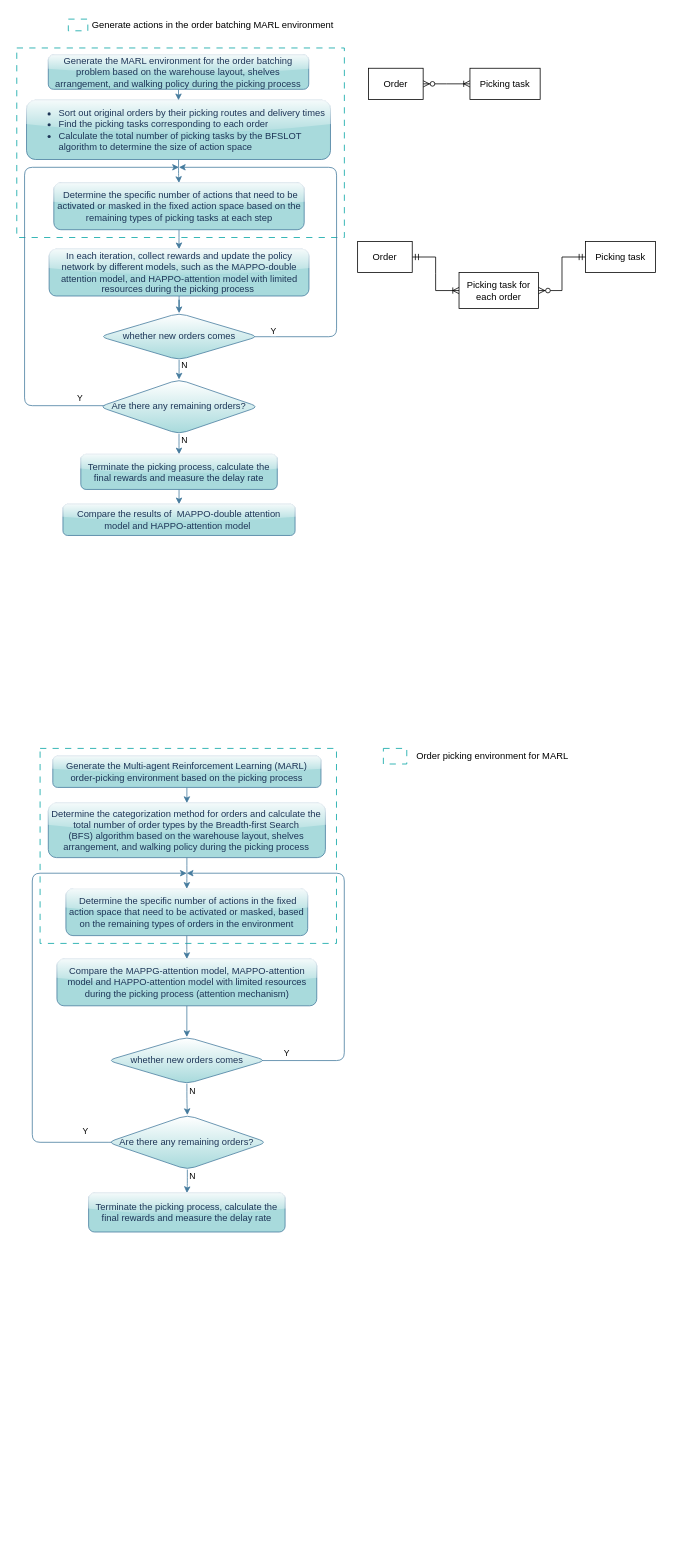
This is 未命名绘图.drawio from xfl11/xfliu, a draw.io file, before an edit. Source tidied: cells renumbered, new cells numbered last; positions are measured from the earlier drawing's top-left corner, leaving out a move shared by most shapes. Both pictures are drawn from the tidied source at 78%, with x=0, y=0 at pixel (16, 12).
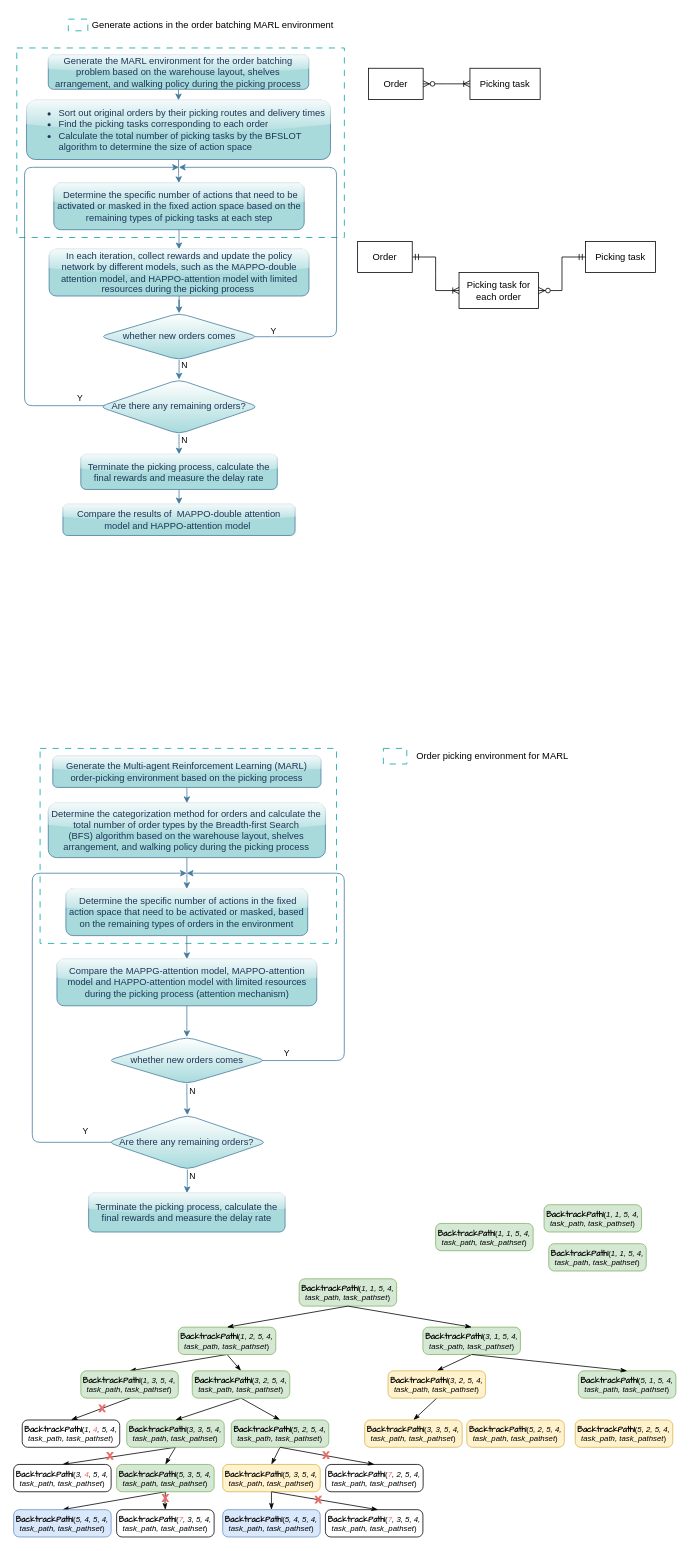
After the change.

Commit message:
更新未命名绘图.drawio

The edit, as a diff of the source:
```diff
@@
+    <mxCell id="57" value="&lt;font style=&quot;font-size: 10px;&quot; face=&quot;Comic Sans MS&quot;&gt;&lt;b style=&quot;font-size: 10px;&quot;&gt;BacktrackPath1&lt;/b&gt;&lt;/font&gt;(&lt;i style=&quot;font-size: 10px;&quot;&gt;1, 1, 5, 4, task_path, task_pathset&lt;/i&gt;)" style="rounded=1;whiteSpace=wrap;html=1;absoluteArcSize=1;arcSize=14;strokeWidth=1;fillColor=#d5e8d4;strokeColor=#82b366;fontSize=10;" parent="1" vertex="1">
+      <mxGeometry x="362" y="1623" width="125" height="35" as="geometry" />
+    </mxCell>
+    <mxCell id="58" style="edgeStyle=none;rounded=0;jettySize=auto;html=1;exitX=0.5;exitY=1;exitDx=0;exitDy=0;entryX=0.5;entryY=0;entryDx=0;entryDy=0;strokeColor=default;align=center;verticalAlign=middle;fontFamily=Helvetica;fontSize=11;fontColor=default;labelBackgroundColor=default;endArrow=classicThin;endFill=1;" parent="1" edge="1" source="60" target="64">
+      <mxGeometry relative="1" as="geometry" />
+    </mxCell>
+    <mxCell id="59" style="edgeStyle=none;rounded=0;jettySize=auto;html=1;exitX=0.5;exitY=1;exitDx=0;exitDy=0;entryX=0.5;entryY=0;entryDx=0;entryDy=0;strokeColor=default;align=center;verticalAlign=middle;fontFamily=Helvetica;fontSize=11;fontColor=default;labelBackgroundColor=default;endArrow=classicThin;endFill=1;" parent="1" edge="1" source="60" target="71">
+      <mxGeometry relative="1" as="geometry" />
+    </mxCell>
+    <mxCell id="60" value="&lt;font style=&quot;font-size: 10px;&quot; face=&quot;Comic Sans MS&quot;&gt;&lt;b style=&quot;font-size: 10px;&quot;&gt;BacktrackPath1&lt;/b&gt;&lt;/font&gt;(&lt;i style=&quot;font-size: 10px;&quot;&gt;1, 2, 5, 4, task_path, task_pathset&lt;/i&gt;)" style="rounded=1;whiteSpace=wrap;html=1;absoluteArcSize=1;arcSize=14;strokeWidth=1;fillColor=#d5e8d4;strokeColor=#82b366;fontSize=10;" parent="1" vertex="1">
+      <mxGeometry x="207.1" y="1685" width="125" height="35" as="geometry" />
+    </mxCell>
+    <mxCell id="61" style="edgeStyle=none;rounded=0;jettySize=auto;html=1;exitX=0.5;exitY=1;exitDx=0;exitDy=0;entryX=0.5;entryY=0;entryDx=0;entryDy=0;strokeColor=default;align=center;verticalAlign=middle;fontFamily=Helvetica;fontSize=11;fontColor=default;labelBackgroundColor=default;endArrow=classicThin;endFill=1;" parent="1" edge="1" source="62" target="99">
+      <mxGeometry relative="1" as="geometry" />
+    </mxCell>
+    <mxCell id="62" value="&lt;font style=&quot;font-size: 10px;&quot; face=&quot;Comic Sans MS&quot;&gt;&lt;b style=&quot;font-size: 10px;&quot;&gt;BacktrackPath1&lt;/b&gt;&lt;/font&gt;(&lt;i style=&quot;font-size: 10px;&quot;&gt;3, 1, 5, 4, task_path, task_pathset&lt;/i&gt;)" style="rounded=1;whiteSpace=wrap;html=1;absoluteArcSize=1;arcSize=14;strokeWidth=1;fillColor=#d5e8d4;strokeColor=#82b366;fontSize=10;" parent="1" vertex="1">
+      <mxGeometry x="520.7" y="1685" width="125" height="35" as="geometry" />
+    </mxCell>
+    <mxCell id="63" value="&lt;font style=&quot;font-size: 10px;&quot; face=&quot;Comic Sans MS&quot;&gt;&lt;b style=&quot;font-size: 10px;&quot;&gt;BacktrackPath1&lt;/b&gt;&lt;/font&gt;(&lt;i style=&quot;font-size: 10px;&quot;&gt;1, 1, 5, 4, task_path, task_pathset&lt;/i&gt;)" style="rounded=1;whiteSpace=wrap;html=1;absoluteArcSize=1;arcSize=14;strokeWidth=1;fillColor=#d5e8d4;strokeColor=#82b366;fontSize=10;" parent="1" vertex="1">
+      <mxGeometry x="537" y="1552" width="125" height="35" as="geometry" />
+    </mxCell>
+    <mxCell id="64" value="&lt;font style=&quot;font-size: 10px;&quot; face=&quot;Comic Sans MS&quot;&gt;&lt;b style=&quot;font-size: 10px;&quot;&gt;BacktrackPath1&lt;/b&gt;&lt;/font&gt;(&lt;i style=&quot;font-size: 10px;&quot;&gt;1, 3, 5, 4, task_path, task_pathset&lt;/i&gt;)" style="rounded=1;whiteSpace=wrap;html=1;absoluteArcSize=1;arcSize=14;strokeWidth=1;fillColor=#d5e8d4;strokeColor=#82b366;fontSize=10;" parent="1" vertex="1">
+      <mxGeometry x="82.1" y="1741" width="125" height="35" as="geometry" />
+    </mxCell>
+    <mxCell id="65" value="&lt;font style=&quot;font-size: 10px;&quot; face=&quot;Comic Sans MS&quot;&gt;&lt;b style=&quot;font-size: 10px;&quot;&gt;BacktrackPath1&lt;/b&gt;&lt;/font&gt;(&lt;i style=&quot;font-size: 10px;&quot;&gt;1, &lt;font color=&quot;#ea6b66&quot;&gt;4&lt;/font&gt;, 5, 4, task_path, task_pathset&lt;/i&gt;)" style="rounded=1;whiteSpace=wrap;html=1;absoluteArcSize=1;arcSize=14;strokeWidth=1;fontSize=10;" parent="1" vertex="1">
+      <mxGeometry x="7" y="1804" width="125" height="35" as="geometry" />
+    </mxCell>
+    <mxCell id="66" style="edgeStyle=none;rounded=0;jettySize=auto;html=1;entryX=0.5;entryY=0;entryDx=0;entryDy=0;strokeColor=default;align=center;verticalAlign=middle;fontFamily=Helvetica;fontSize=11;fontColor=default;labelBackgroundColor=default;endArrow=classicThin;endFill=1;exitX=0.5;exitY=1;exitDx=0;exitDy=0;" parent="1" edge="1" source="68" target="81">
+      <mxGeometry relative="1" as="geometry" />
+    </mxCell>
+    <mxCell id="67" style="edgeStyle=none;rounded=0;jettySize=auto;html=1;exitX=0.5;exitY=1;exitDx=0;exitDy=0;entryX=0.5;entryY=0;entryDx=0;entryDy=0;strokeColor=default;align=center;verticalAlign=middle;fontFamily=Helvetica;fontSize=11;fontColor=default;labelBackgroundColor=default;endArrow=classicThin;endFill=1;" parent="1" edge="1" source="68" target="84">
+      <mxGeometry relative="1" as="geometry" />
+    </mxCell>
+    <mxCell id="68" value="&lt;font style=&quot;font-size: 10px;&quot; face=&quot;Comic Sans MS&quot;&gt;&lt;b style=&quot;font-size: 10px;&quot;&gt;BacktrackPath1&lt;/b&gt;&lt;/font&gt;(&lt;i style=&quot;font-size: 10px;&quot;&gt;3, 3, 5, 4, task_path, task_pathset&lt;/i&gt;)" style="rounded=1;whiteSpace=wrap;html=1;absoluteArcSize=1;arcSize=14;strokeWidth=1;fillColor=#d5e8d4;strokeColor=#82b366;fontSize=10;" parent="1" vertex="1">
+      <mxGeometry x="141" y="1804" width="125" height="35" as="geometry" />
+    </mxCell>
+    <mxCell id="69" style="edgeStyle=none;rounded=0;jettySize=auto;html=1;exitX=0.5;exitY=1;exitDx=0;exitDy=0;entryX=0.5;entryY=0;entryDx=0;entryDy=0;strokeColor=default;align=center;verticalAlign=middle;fontFamily=Helvetica;fontSize=11;fontColor=default;labelBackgroundColor=default;endArrow=classicThin;endFill=1;" parent="1" edge="1" source="71" target="68">
+      <mxGeometry relative="1" as="geometry" />
+    </mxCell>
+    <mxCell id="70" style="edgeStyle=none;rounded=0;jettySize=auto;html=1;exitX=0.5;exitY=1;exitDx=0;exitDy=0;entryX=0.5;entryY=0;entryDx=0;entryDy=0;strokeColor=default;align=center;verticalAlign=middle;fontFamily=Helvetica;fontSize=11;fontColor=default;labelBackgroundColor=default;endArrow=classicThin;endFill=1;" parent="1" edge="1" source="71" target="76">
+      <mxGeometry relative="1" as="geometry" />
+    </mxCell>
+    <mxCell id="71" value="&lt;font style=&quot;font-size: 10px;&quot; face=&quot;Comic Sans MS&quot;&gt;&lt;b style=&quot;font-size: 10px;&quot;&gt;BacktrackPath1&lt;/b&gt;&lt;/font&gt;(&lt;i style=&quot;font-size: 10px;&quot;&gt;3, 2, 5, 4, task_path, task_pathset&lt;/i&gt;)" style="rounded=1;whiteSpace=wrap;html=1;absoluteArcSize=1;arcSize=14;strokeWidth=1;fillColor=#d5e8d4;strokeColor=#82b366;fontSize=10;" parent="1" vertex="1">
+      <mxGeometry x="225" y="1741" width="125" height="35" as="geometry" />
+    </mxCell>
+    <mxCell id="72" value="&lt;font style=&quot;font-size: 10px;&quot; face=&quot;Comic Sans MS&quot;&gt;&lt;b style=&quot;font-size: 10px;&quot;&gt;BacktrackPath1&lt;/b&gt;&lt;/font&gt;(&lt;i style=&quot;font-size: 10px;&quot;&gt;1, 1, 5, 4, task_path, task_pathset&lt;/i&gt;)" style="rounded=1;whiteSpace=wrap;html=1;absoluteArcSize=1;arcSize=14;strokeWidth=1;fillColor=#d5e8d4;strokeColor=#82b366;fontSize=10;" parent="1" vertex="1">
+      <mxGeometry x="676" y="1528" width="125" height="35" as="geometry" />
+    </mxCell>
+    <mxCell id="73" value="&lt;font style=&quot;font-size: 10px;&quot; face=&quot;Comic Sans MS&quot;&gt;&lt;b style=&quot;font-size: 10px;&quot;&gt;BacktrackPath1&lt;/b&gt;&lt;/font&gt;(&lt;i style=&quot;font-size: 10px;&quot;&gt;5, 1, 5, 4, task_path, task_pathset&lt;/i&gt;)" style="rounded=1;whiteSpace=wrap;html=1;absoluteArcSize=1;arcSize=14;strokeWidth=1;fillColor=#d5e8d4;strokeColor=#82b366;fontSize=10;" parent="1" vertex="1">
+      <mxGeometry x="720" y="1741" width="125" height="35" as="geometry" />
+    </mxCell>
+    <mxCell id="74" value="&lt;font style=&quot;font-size: 10px;&quot; face=&quot;Comic Sans MS&quot;&gt;&lt;b style=&quot;font-size: 10px;&quot;&gt;BacktrackPath1&lt;/b&gt;&lt;/font&gt;(&lt;i style=&quot;font-size: 10px;&quot;&gt;1, 1, 5, 4, task_path, task_pathset&lt;/i&gt;)" style="rounded=1;whiteSpace=wrap;html=1;absoluteArcSize=1;arcSize=14;strokeWidth=1;fillColor=#d5e8d4;strokeColor=#82b366;fontSize=10;" parent="1" vertex="1">
+      <mxGeometry x="682" y="1578" width="125" height="35" as="geometry" />
+    </mxCell>
+    <mxCell id="75" style="edgeStyle=none;rounded=0;jettySize=auto;html=1;exitX=0.5;exitY=1;exitDx=0;exitDy=0;entryX=0.5;entryY=0;entryDx=0;entryDy=0;strokeColor=default;align=center;verticalAlign=middle;fontFamily=Helvetica;fontSize=11;fontColor=default;labelBackgroundColor=default;endArrow=classicThin;endFill=1;" parent="1" edge="1" source="76" target="87">
+      <mxGeometry relative="1" as="geometry" />
+    </mxCell>
+    <mxCell id="76" value="&lt;font style=&quot;font-size: 10px;&quot; face=&quot;Comic Sans MS&quot;&gt;&lt;b style=&quot;font-size: 10px;&quot;&gt;BacktrackPath1&lt;/b&gt;&lt;/font&gt;(&lt;i style=&quot;font-size: 10px;&quot;&gt;5, 2, 5, 4, task_path, task_pathset&lt;/i&gt;)" style="rounded=1;whiteSpace=wrap;html=1;absoluteArcSize=1;arcSize=14;strokeWidth=1;fillColor=#d5e8d4;strokeColor=#82b366;fontSize=10;" parent="1" vertex="1">
+      <mxGeometry x="275" y="1804" width="125" height="35" as="geometry" />
+    </mxCell>
+    <mxCell id="77" style="edgeStyle=none;rounded=0;jettySize=auto;html=1;exitX=0.5;exitY=1;exitDx=0;exitDy=0;strokeColor=default;align=center;verticalAlign=middle;fontFamily=Helvetica;fontSize=11;fontColor=default;labelBackgroundColor=default;endArrow=classicThin;endFill=1;entryX=0.5;entryY=0;entryDx=0;entryDy=0;" parent="1" edge="1" source="57" target="62">
+      <mxGeometry relative="1" as="geometry" />
+    </mxCell>
+    <mxCell id="78" style="rounded=0;jettySize=auto;html=1;exitX=0.5;exitY=1;exitDx=0;exitDy=0;endArrow=classicThin;endFill=1;entryX=0.5;entryY=0;entryDx=0;entryDy=0;" parent="1" edge="1" source="57" target="60">
+      <mxGeometry relative="1" as="geometry" />
+    </mxCell>
+    <mxCell id="79" style="edgeStyle=none;rounded=0;jettySize=auto;html=1;exitX=0.5;exitY=1;exitDx=0;exitDy=0;entryX=0.5;entryY=0;entryDx=0;entryDy=0;strokeColor=default;align=center;verticalAlign=middle;fontFamily=Helvetica;fontSize=11;fontColor=default;labelBackgroundColor=default;endArrow=classicThin;endFill=1;" parent="1" edge="1" source="64" target="65">
+      <mxGeometry relative="1" as="geometry" />
+    </mxCell>
+    <mxCell id="80" style="verticalLabelPosition=bottom;verticalAlign=top;html=1;shape=mxgraph.basic.x;fontFamily=Helvetica;fontSize=11;fontColor=default;labelBackgroundColor=default;strokeColor=none;fillColor=#EA6B66;" parent="1" vertex="1">
+      <mxGeometry x="104.5" y="1784" width="10" height="10" as="geometry" />
+    </mxCell>
+    <mxCell id="81" value="&lt;font style=&quot;font-size: 10px;&quot; face=&quot;Comic Sans MS&quot;&gt;&lt;b style=&quot;font-size: 10px;&quot;&gt;BacktrackPath1&lt;/b&gt;&lt;/font&gt;(&lt;i style=&quot;font-size: 10px;&quot;&gt;3, &lt;font color=&quot;#ea6b66&quot;&gt;4&lt;/font&gt;, 5, 4, task_path, task_pathset&lt;/i&gt;)" style="rounded=1;whiteSpace=wrap;html=1;absoluteArcSize=1;arcSize=14;strokeWidth=1;fontSize=10;" parent="1" vertex="1">
+      <mxGeometry x="-4" y="1861" width="125" height="35" as="geometry" />
+    </mxCell>
+    <mxCell id="82" style="edgeStyle=none;rounded=0;jettySize=auto;html=1;exitX=0.5;exitY=1;exitDx=0;exitDy=0;entryX=0.5;entryY=0;entryDx=0;entryDy=0;strokeColor=default;align=center;verticalAlign=middle;fontFamily=Helvetica;fontSize=11;fontColor=default;labelBackgroundColor=default;endArrow=classicThin;endFill=1;" parent="1" edge="1" source="84" target="88">
+      <mxGeometry relative="1" as="geometry" />
+    </mxCell>
+    <mxCell id="83" style="edgeStyle=none;rounded=0;jettySize=auto;html=1;exitX=0.5;exitY=1;exitDx=0;exitDy=0;entryX=0.5;entryY=0;entryDx=0;entryDy=0;strokeColor=default;align=center;verticalAlign=middle;fontFamily=Helvetica;fontSize=11;fontColor=default;labelBackgroundColor=default;endArrow=classicThin;endFill=1;" parent="1" edge="1" source="84" target="89">
+      <mxGeometry relative="1" as="geometry">
+        <Array as="points">
+          <mxPoint x="190" y="1912" />
+        </Array>
+      </mxGeometry>
+    </mxCell>
+    <mxCell id="84" value="&lt;font style=&quot;font-size: 10px;&quot; face=&quot;Comic Sans MS&quot;&gt;&lt;b style=&quot;font-size: 10px;&quot;&gt;BacktrackPath1&lt;/b&gt;&lt;/font&gt;(&lt;i style=&quot;font-size: 10px;&quot;&gt;5, 3, 5, 4, task_path, task_pathset&lt;/i&gt;)" style="rounded=1;whiteSpace=wrap;html=1;absoluteArcSize=1;arcSize=14;strokeWidth=1;fillColor=#d5e8d4;strokeColor=#82b366;fontSize=10;" parent="1" vertex="1">
+      <mxGeometry x="128" y="1861" width="125" height="35" as="geometry" />
+    </mxCell>
+    <mxCell id="85" style="verticalLabelPosition=bottom;verticalAlign=top;html=1;shape=mxgraph.basic.x;fontFamily=Helvetica;fontSize=11;fontColor=default;labelBackgroundColor=default;strokeColor=none;fillColor=#EA6B66;" parent="1" vertex="1">
+      <mxGeometry x="114.5" y="1845" width="10" height="10" as="geometry" />
+    </mxCell>
+    <mxCell id="86" style="edgeStyle=none;rounded=0;jettySize=auto;html=1;exitX=0.5;exitY=1;exitDx=0;exitDy=0;entryX=0.5;entryY=0;entryDx=0;entryDy=0;strokeColor=default;align=center;verticalAlign=middle;fontFamily=Helvetica;fontSize=11;fontColor=default;labelBackgroundColor=default;endArrow=classicThin;endFill=1;" parent="1" edge="1" source="87" target="90">
+      <mxGeometry relative="1" as="geometry" />
+    </mxCell>
+    <mxCell id="87" value="&lt;font style=&quot;font-size: 10px;&quot; face=&quot;Comic Sans MS&quot;&gt;&lt;b style=&quot;font-size: 10px;&quot;&gt;BacktrackPath1&lt;/b&gt;&lt;/font&gt;(&lt;i style=&quot;font-size: 10px;&quot;&gt;5, 3, 5, 4, task_path, task_pathset&lt;/i&gt;)" style="rounded=1;whiteSpace=wrap;html=1;absoluteArcSize=1;arcSize=14;strokeWidth=1;fillColor=#fff2cc;strokeColor=#d6b656;fontSize=10;" parent="1" vertex="1">
+      <mxGeometry x="264" y="1861" width="125" height="35" as="geometry" />
+    </mxCell>
+    <mxCell id="88" value="&lt;font style=&quot;font-size: 10px;&quot; face=&quot;Comic Sans MS&quot;&gt;&lt;b style=&quot;font-size: 10px;&quot;&gt;BacktrackPath1&lt;/b&gt;&lt;/font&gt;(&lt;i style=&quot;font-size: 10px;&quot;&gt;5, 4, 5, 4, task_path, task_pathset&lt;/i&gt;)" style="rounded=1;whiteSpace=wrap;html=1;absoluteArcSize=1;arcSize=14;strokeWidth=1;fillColor=#dae8fc;strokeColor=#6c8ebf;fontSize=10;" parent="1" vertex="1">
+      <mxGeometry x="-4" y="1919" width="125" height="35" as="geometry" />
+    </mxCell>
+    <mxCell id="89" value="&lt;font style=&quot;font-size: 10px;&quot; face=&quot;Comic Sans MS&quot;&gt;&lt;b style=&quot;font-size: 10px;&quot;&gt;BacktrackPath1&lt;/b&gt;&lt;/font&gt;(&lt;i style=&quot;font-size: 10px;&quot;&gt;&lt;font color=&quot;#ea6b66&quot;&gt;7&lt;/font&gt;, 3, 5, 4, task_path, task_pathset&lt;/i&gt;)" style="rounded=1;whiteSpace=wrap;html=1;absoluteArcSize=1;arcSize=14;strokeWidth=1;fontSize=10;" parent="1" vertex="1">
+      <mxGeometry x="128" y="1919" width="125" height="35" as="geometry" />
+    </mxCell>
+    <mxCell id="90" value="&lt;font style=&quot;font-size: 10px;&quot; face=&quot;Comic Sans MS&quot;&gt;&lt;b style=&quot;font-size: 10px;&quot;&gt;BacktrackPath1&lt;/b&gt;&lt;/font&gt;(&lt;i style=&quot;font-size: 10px;&quot;&gt;5, 4, 5, 4, task_path, task_pathset&lt;/i&gt;)" style="rounded=1;whiteSpace=wrap;html=1;absoluteArcSize=1;arcSize=14;strokeWidth=1;fillColor=#dae8fc;strokeColor=#6c8ebf;fontSize=10;" parent="1" vertex="1">
+      <mxGeometry x="264" y="1919" width="125" height="35" as="geometry" />
+    </mxCell>
+    <mxCell id="91" value="&lt;font style=&quot;font-size: 10px;&quot; face=&quot;Comic Sans MS&quot;&gt;&lt;b style=&quot;font-size: 10px;&quot;&gt;BacktrackPath1&lt;/b&gt;&lt;/font&gt;(&lt;i style=&quot;font-size: 10px;&quot;&gt;&lt;font color=&quot;#ea6b66&quot;&gt;7&lt;/font&gt;, 3, 5, 4, task_path, task_pathset&lt;/i&gt;)" style="rounded=1;whiteSpace=wrap;html=1;absoluteArcSize=1;arcSize=14;strokeWidth=1;fontSize=10;" parent="1" vertex="1">
+      <mxGeometry x="395.7" y="1919" width="125" height="35" as="geometry" />
+    </mxCell>
+    <mxCell id="92" style="edgeStyle=none;rounded=0;jettySize=auto;html=1;exitX=0.5;exitY=1;exitDx=0;exitDy=0;entryX=0.539;entryY=0.001;entryDx=0;entryDy=0;entryPerimeter=0;strokeColor=default;align=center;verticalAlign=middle;fontFamily=Helvetica;fontSize=11;fontColor=default;labelBackgroundColor=default;endArrow=classicThin;endFill=1;" parent="1" edge="1" source="87" target="91">
+      <mxGeometry relative="1" as="geometry" />
+    </mxCell>
+    <mxCell id="93" value="&lt;font style=&quot;font-size: 10px;&quot; face=&quot;Comic Sans MS&quot;&gt;&lt;b style=&quot;font-size: 10px;&quot;&gt;BacktrackPath1&lt;/b&gt;&lt;/font&gt;(&lt;i style=&quot;font-size: 10px;&quot;&gt;&lt;font color=&quot;#ea6b66&quot;&gt;7&lt;/font&gt;, 2, 5, 4, task_path, task_pathset&lt;/i&gt;)" style="rounded=1;whiteSpace=wrap;html=1;absoluteArcSize=1;arcSize=14;strokeWidth=1;fontSize=10;" parent="1" vertex="1">
+      <mxGeometry x="396" y="1861" width="125" height="35" as="geometry" />
+    </mxCell>
+    <mxCell id="94" style="edgeStyle=none;rounded=0;jettySize=auto;html=1;exitX=0.5;exitY=1;exitDx=0;exitDy=0;strokeColor=default;align=center;verticalAlign=middle;fontFamily=Helvetica;fontSize=11;fontColor=default;labelBackgroundColor=default;endArrow=classicThin;endFill=1;entryX=0.5;entryY=0;entryDx=0;entryDy=0;" parent="1" edge="1" source="76" target="93">
+      <mxGeometry relative="1" as="geometry" />
+    </mxCell>
+    <mxCell id="95" style="verticalLabelPosition=bottom;verticalAlign=top;html=1;shape=mxgraph.basic.x;fontFamily=Helvetica;fontSize=11;fontColor=default;labelBackgroundColor=default;strokeColor=none;fillColor=#EA6B66;" parent="1" vertex="1">
+      <mxGeometry x="185.5" y="1899" width="10" height="10" as="geometry" />
+    </mxCell>
+    <mxCell id="96" style="verticalLabelPosition=bottom;verticalAlign=top;html=1;shape=mxgraph.basic.x;fontFamily=Helvetica;fontSize=11;fontColor=default;labelBackgroundColor=default;strokeColor=none;fillColor=#EA6B66;" parent="1" vertex="1">
+      <mxGeometry x="381.5" y="1901" width="10" height="10" as="geometry" />
+    </mxCell>
+    <mxCell id="97" style="verticalLabelPosition=bottom;verticalAlign=top;html=1;shape=mxgraph.basic.x;fontFamily=Helvetica;fontSize=11;fontColor=default;labelBackgroundColor=default;strokeColor=none;fillColor=#EA6B66;" parent="1" vertex="1">
+      <mxGeometry x="391.5" y="1844" width="10" height="10" as="geometry" />
+    </mxCell>
+    <mxCell id="98" style="edgeStyle=none;rounded=0;jettySize=auto;html=1;exitX=0.5;exitY=1;exitDx=0;exitDy=0;entryX=0.5;entryY=0;entryDx=0;entryDy=0;strokeColor=default;align=center;verticalAlign=middle;fontFamily=Helvetica;fontSize=11;fontColor=default;labelBackgroundColor=default;endArrow=classicThin;endFill=1;" parent="1" edge="1" source="99" target="100">
+      <mxGeometry relative="1" as="geometry" />
+    </mxCell>
+    <mxCell id="99" value="&lt;font style=&quot;font-size: 10px;&quot; face=&quot;Comic Sans MS&quot;&gt;&lt;b style=&quot;font-size: 10px;&quot;&gt;BacktrackPath1&lt;/b&gt;&lt;/font&gt;(&lt;i style=&quot;font-size: 10px;&quot;&gt;3, 2, 5, 4, task_path, task_pathset&lt;/i&gt;)" style="rounded=1;whiteSpace=wrap;html=1;absoluteArcSize=1;arcSize=14;strokeWidth=1;fillColor=#fff2cc;strokeColor=#d6b656;fontSize=10;" parent="1" vertex="1">
+      <mxGeometry x="476" y="1741" width="125" height="35" as="geometry" />
+    </mxCell>
+    <mxCell id="100" value="&lt;font style=&quot;font-size: 10px;&quot; face=&quot;Comic Sans MS&quot;&gt;&lt;b style=&quot;font-size: 10px;&quot;&gt;BacktrackPath1&lt;/b&gt;&lt;/font&gt;(&lt;i style=&quot;font-size: 10px;&quot;&gt;3, 3, 5, 4, task_path, task_pathset&lt;/i&gt;)" style="rounded=1;whiteSpace=wrap;html=1;absoluteArcSize=1;arcSize=14;strokeWidth=1;fillColor=#fff2cc;strokeColor=#d6b656;fontSize=10;" parent="1" vertex="1">
+      <mxGeometry x="446" y="1804" width="125" height="35" as="geometry" />
+    </mxCell>
+    <mxCell id="101" value="&lt;font style=&quot;font-size: 10px;&quot; face=&quot;Comic Sans MS&quot;&gt;&lt;b style=&quot;font-size: 10px;&quot;&gt;BacktrackPath1&lt;/b&gt;&lt;/font&gt;(&lt;i style=&quot;font-size: 10px;&quot;&gt;5, 2, 5, 4, task_path, task_pathset&lt;/i&gt;)" style="rounded=1;whiteSpace=wrap;html=1;absoluteArcSize=1;arcSize=14;strokeWidth=1;fillColor=#fff2cc;strokeColor=#d6b656;fontSize=10;" parent="1" vertex="1">
+      <mxGeometry x="577" y="1804" width="125" height="35" as="geometry" />
+    </mxCell>
+    <mxCell id="102" value="&lt;font style=&quot;font-size: 10px;&quot; face=&quot;Comic Sans MS&quot;&gt;&lt;b style=&quot;font-size: 10px;&quot;&gt;BacktrackPath1&lt;/b&gt;&lt;/font&gt;(&lt;i style=&quot;font-size: 10px;&quot;&gt;5, 2, 5, 4, task_path, task_pathset&lt;/i&gt;)" style="rounded=1;whiteSpace=wrap;html=1;absoluteArcSize=1;arcSize=14;strokeWidth=1;fillColor=#fff2cc;strokeColor=#d6b656;fontSize=10;" parent="1" vertex="1">
+      <mxGeometry x="716" y="1804" width="125" height="35" as="geometry" />
+    </mxCell>
+    <mxCell id="103" style="edgeStyle=none;rounded=0;jettySize=auto;html=1;exitX=0.5;exitY=1;exitDx=0;exitDy=0;strokeColor=default;align=center;verticalAlign=middle;fontFamily=Helvetica;fontSize=11;fontColor=default;labelBackgroundColor=default;endArrow=classicThin;endFill=1;entryX=0.5;entryY=0;entryDx=0;entryDy=0;" parent="1" edge="1" source="62" target="73">
+      <mxGeometry relative="1" as="geometry" />
+    </mxCell>
```
